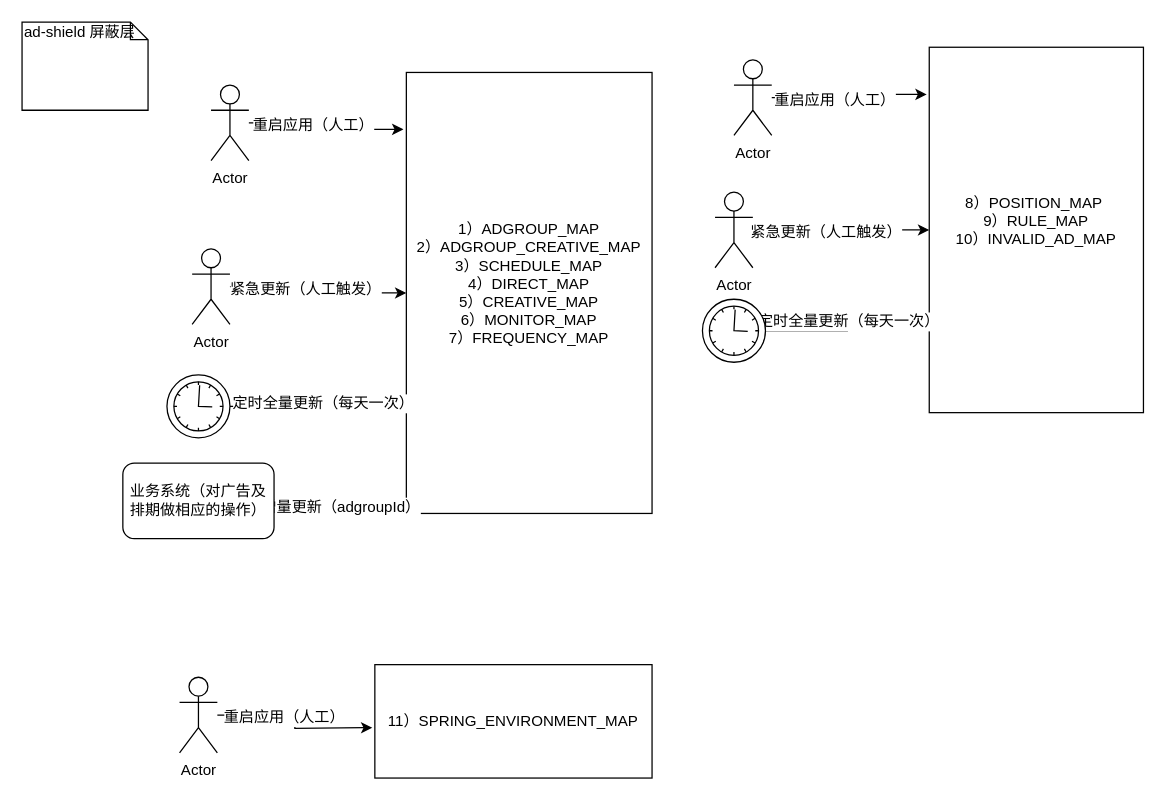
This is page "内存透视流程图-ad-shield" (1 of 3) of 内存透视流程图.drawio from cp0802/xueqqiu, a draw.io file, before an edit. Source tidied: cells renumbered, new cells numbered last; positions are measured from the earlier drawing's top-left corner, leaving out a move shared by most shapes. Both pictures are drawn from the tidied source at 126%, with x=0, y=0 at pixel (21, 21).
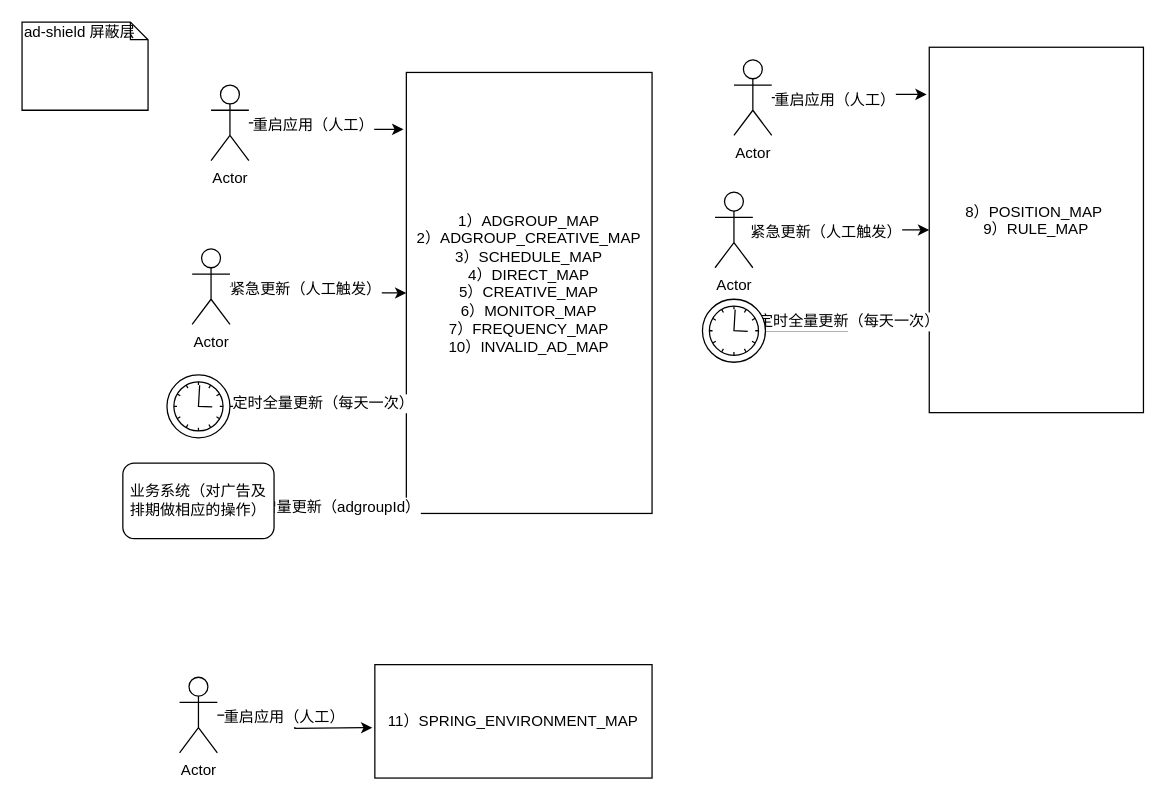
The same diagram, later.

Commit message:
Update 内存透视流程图.drawio

What changed in the source:
```diff
@@
-    <mxCell id="2" value="&lt;div&gt;1）ADGROUP_MAP&lt;/div&gt;2）ADGROUP_CREATIVE_MAP&lt;br&gt;3）SCHEDULE_MAP&lt;br&gt;&lt;div&gt;4）DIRECT_MAP&lt;/div&gt;&lt;div&gt;5）CREATIVE_MAP&lt;/div&gt;&lt;div&gt;6）MONITOR_MAP&lt;/div&gt;&lt;div&gt;7）FREQUENCY_MAP&lt;/div&gt;&lt;div&gt;&lt;br&gt;&lt;/div&gt;" style="rounded=0;whiteSpace=wrap;html=1;" parent="1" vertex="1">
+    <mxCell id="2" value="&lt;div&gt;1）ADGROUP_MAP&lt;/div&gt;2）ADGROUP_CREATIVE_MAP&lt;br&gt;3）SCHEDULE_MAP&lt;br&gt;&lt;div&gt;4）DIRECT_MAP&lt;/div&gt;&lt;div&gt;5）CREATIVE_MAP&lt;/div&gt;&lt;div&gt;6）MONITOR_MAP&lt;/div&gt;&lt;div&gt;7）FREQUENCY_MAP&lt;/div&gt;&lt;div&gt;&lt;div&gt;10）INVALID_AD_MAP&lt;br&gt;&lt;/div&gt;&lt;/div&gt;&lt;div&gt;&lt;br&gt;&lt;/div&gt;" style="rounded=0;whiteSpace=wrap;html=1;" parent="1" vertex="1">
       <mxGeometry x="305" y="40" width="195" height="350" as="geometry" />
     </mxCell>
@@
-    <mxCell id="16" value="&lt;div&gt;8）POSITION_MAP&amp;nbsp;&lt;/div&gt;&lt;div&gt;9）RULE_MAP&lt;/div&gt;&lt;div&gt;10）INVALID_AD_MAP&lt;br&gt;&lt;/div&gt;&lt;div&gt;&lt;br&gt;&lt;/div&gt;" style="rounded=0;whiteSpace=wrap;html=1;" parent="1" vertex="1">
+    <mxCell id="16" value="&lt;div&gt;8）POSITION_MAP&amp;nbsp;&lt;/div&gt;&lt;div&gt;9）RULE_MAP&lt;/div&gt;&lt;div&gt;&lt;br&gt;&lt;/div&gt;" style="rounded=0;whiteSpace=wrap;html=1;" parent="1" vertex="1">
       <mxGeometry x="720" y="20" width="170" height="290" as="geometry" />
     </mxCell>
```
